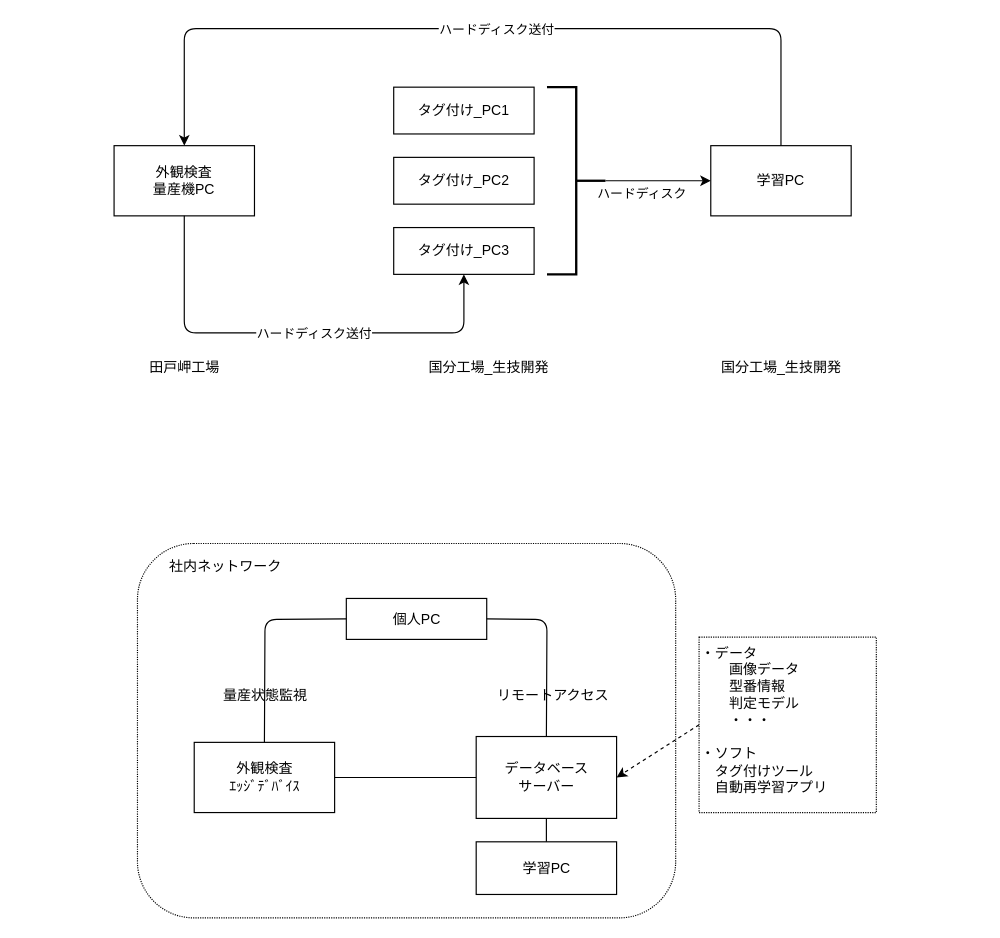
The draw.io diagram images/ﾈｯﾄﾜｰｸイメージ.drawio in Flamingo-G/hello-world, before the edit. Source tidied: cells renumbered, new cells numbered last; positions are measured from the earlier drawing's top-left corner, leaving out a move shared by most shapes. Both pictures are drawn from the tidied source at 117%, with x=0, y=0 at pixel (113, 28).
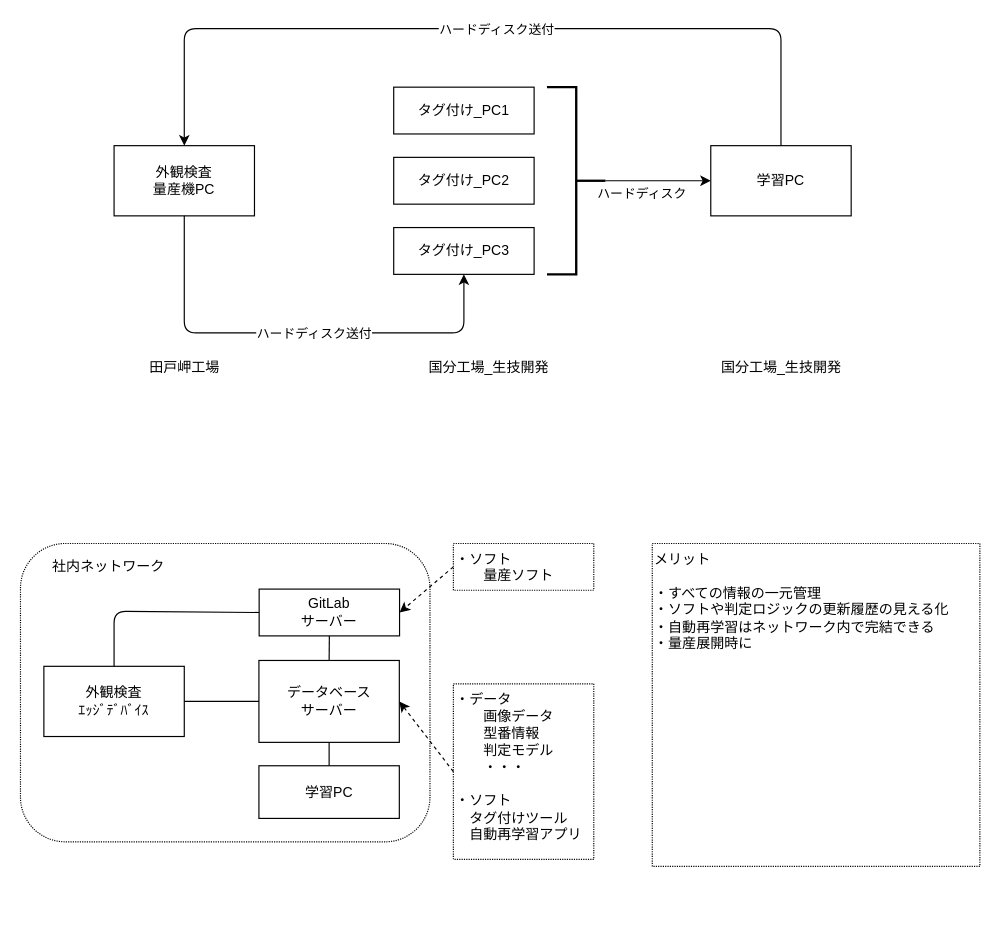
The same diagram, later.

Commit message (it also covers changes not shown here):
ﾈｯﾄﾜｰｸイメージ.drawio を更新します

Change to the diagram source:
```diff
@@
     <mxCell id="2" style="rounded=1;whiteSpace=wrap;html=1;dashed=1;dashPattern=1 1;align=left;" parent="1" vertex="1">
-      <mxGeometry x="20" y="440" width="460" height="320" as="geometry" />
+      <mxGeometry x="-80" y="440" width="350" height="255" as="geometry" />
     </mxCell>
@@
     <mxCell id="17" value="外観検査&lt;br&gt;ｴｯｼﾞﾃﾞﾊﾞｲｽ" style="rounded=0;whiteSpace=wrap;html=1;" parent="1" vertex="1">
-      <mxGeometry x="68.5" y="610" width="120" height="60" as="geometry" />
+      <mxGeometry x="-60" y="545" width="120" height="60" as="geometry" />
     </mxCell>
     <mxCell id="18" value="データベース&lt;br&gt;サーバー" style="rounded=0;whiteSpace=wrap;html=1;" parent="1" vertex="1">
-      <mxGeometry x="309.5" y="605" width="120" height="70" as="geometry" />
+      <mxGeometry x="123.8" y="540" width="120" height="70" as="geometry" />
     </mxCell>
     <mxCell id="19" value="学習PC" style="rounded=0;whiteSpace=wrap;html=1;" parent="1" vertex="1">
-      <mxGeometry x="309.5" y="695" width="120" height="45" as="geometry" />
+      <mxGeometry x="123.8" y="630" width="120" height="45" as="geometry" />
     </mxCell>
-    <mxCell id="20" value="個人PC" style="rounded=0;whiteSpace=wrap;html=1;" parent="1" vertex="1">
-      <mxGeometry x="198.5" y="487" width="120" height="35" as="geometry" />
+    <mxCell id="20" value="GitLab&lt;br&gt;サーバー" style="rounded=0;whiteSpace=wrap;html=1;" parent="1" vertex="1">
+      <mxGeometry x="124" y="479" width="120" height="40" as="geometry" />
     </mxCell>
@@
     <mxCell id="24" value="・データ&lt;br&gt;　　画像データ&lt;br&gt;　　型番情報&lt;br&gt;　　判定モデル&lt;br&gt;　　・・・&lt;br&gt;&lt;br&gt;・ソフト&lt;br&gt;　タグ付けツール&lt;br&gt;　自動再学習アプリ" style="rounded=0;whiteSpace=wrap;html=1;align=left;verticalAlign=top;dashed=1;dashPattern=1 1;" parent="1" vertex="1">
-      <mxGeometry x="500" y="520" width="151.5" height="150" as="geometry" />
+      <mxGeometry x="290" y="560" width="120" height="150" as="geometry" />
     </mxCell>
     <mxCell id="25" style="endArrow=none;html=1;exitX=0;exitY=0.5;exitDx=0;exitDy=0;entryX=0.5;entryY=0;entryDx=0;entryDy=0;" parent="1" edge="1" source="20" target="17">
       <mxGeometry relative="1" as="geometry">
         <Array as="points">
-          <mxPoint x="129" y="505" />
+          <mxPoint y="498" />
         </Array>
       </mxGeometry>
     </mxCell>
-    <mxCell id="26" style="endArrow=none;html=1;exitX=1;exitY=0.5;exitDx=0;exitDy=0;entryX=0.5;entryY=0;entryDx=0;entryDy=0;" parent="1" edge="1" source="20" target="18">
-      <mxGeometry relative="1" as="geometry">
-        <Array as="points">
-          <mxPoint x="370" y="505" />
-        </Array>
-      </mxGeometry>
-    </mxCell>
@@
     <mxCell id="28" value="社内ネットワーク" style="text;html=1;align=center;verticalAlign=middle;" parent="1" vertex="1">
-      <mxGeometry x="40" y="450" width="110" height="20" as="geometry" />
+      <mxGeometry x="-60" y="450" width="110" height="20" as="geometry" />
     </mxCell>
-    <mxCell id="29" value="量産状態監視" style="text;html=1;align=center;verticalAlign=middle;" parent="1" vertex="1">
-      <mxGeometry x="83.5" y="560" width="90" height="20" as="geometry" />
-    </mxCell>
-    <mxCell id="30" value="リモートアクセス" style="text;html=1;align=center;verticalAlign=middle;" parent="1" vertex="1">
-      <mxGeometry x="320" y="560" width="110" height="20" as="geometry" />
-    </mxCell>
@@
+    <mxCell id="32" style="endArrow=none;html=1;entryX=0.5;entryY=1;entryDx=0;entryDy=0;exitX=0.5;exitY=0;exitDx=0;exitDy=0;" parent="1" edge="1" source="18" target="20">
+      <mxGeometry relative="1" as="geometry" />
+    </mxCell>
+    <mxCell id="33" value="・ソフト&lt;br&gt;　　量産ソフト" style="rounded=0;whiteSpace=wrap;html=1;align=left;verticalAlign=top;dashed=1;dashPattern=1 1;" parent="1" vertex="1">
+      <mxGeometry x="290" y="440" width="120" height="40" as="geometry" />
+    </mxCell>
+    <mxCell id="34" style="endArrow=classic;html=1;entryX=1;entryY=0.5;entryDx=0;entryDy=0;exitX=0;exitY=0.5;exitDx=0;exitDy=0;dashed=1;" parent="1" edge="1" source="33" target="20">
+      <mxGeometry relative="1" as="geometry" />
+    </mxCell>
+    <mxCell id="35" value="メリット&lt;br&gt;&lt;br&gt;・すべての情報の一元管理&lt;br&gt;・ソフトや判定ロジックの更新履歴の見える化&lt;br&gt;・自動再学習はネットワーク内で完結できる&lt;br&gt;・量産展開時に" style="rounded=0;whiteSpace=wrap;html=1;align=left;verticalAlign=top;dashed=1;dashPattern=1 1;" parent="1" vertex="1">
+      <mxGeometry x="460" y="440" width="280" height="276" as="geometry" />
+    </mxCell>
```
